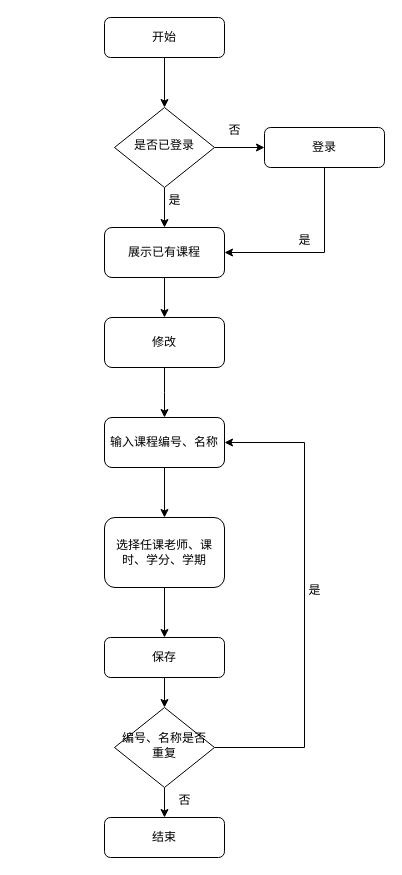
Earlier version of the draw.io diagram 添加课程功能.drawio (creazy412/none). Source tidied: cells renumbered, new cells numbered last; positions are measured from the earlier drawing's top-left corner, leaving out a move shared by most shapes. Both pictures are drawn from the tidied source at 100%, with x=0, y=0 at pixel (104, 17).
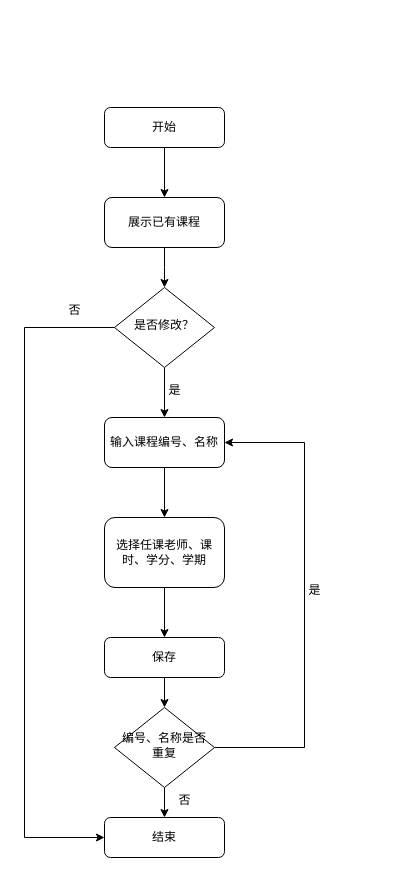
The same diagram, later.

Commit message:
更新添加课程功能.drawio

What changed in the source:
```diff
@@
-    <mxCell id="2" style="edgeStyle=orthogonalEdgeStyle;rounded=0;jettySize=auto;html=1;" parent="1" edge="1" source="3" target="6">
-      <mxGeometry relative="1" as="geometry" />
-    </mxCell>
+    <mxCell id="28" style="edgeStyle=orthogonalEdgeStyle;rounded=0;jettySize=auto;html=1;" parent="1" edge="1" source="3" target="14">
+      <mxGeometry relative="1" as="geometry" />
+    </mxCell>
     <mxCell id="3" value="开始" style="rounded=1;whiteSpace=wrap;html=1;fontSize=12;glass=0;strokeWidth=1;shadow=0;" parent="1" vertex="1">
-      <mxGeometry width="120" height="40" as="geometry" />
+      <mxGeometry y="90" width="120" height="40" as="geometry" />
     </mxCell>
-    <mxCell id="4" style="edgeStyle=orthogonalEdgeStyle;rounded=0;jettySize=auto;html=1;" parent="1" edge="1" source="6" target="14">
-      <mxGeometry relative="1" as="geometry" />
-    </mxCell>
-    <mxCell id="5" style="edgeStyle=orthogonalEdgeStyle;rounded=0;jettySize=auto;html=1;" parent="1" edge="1" source="6" target="8">
-      <mxGeometry relative="1" as="geometry" />
-    </mxCell>
-    <mxCell id="6" value="是否已登录" style="rhombus;whiteSpace=wrap;html=1;shadow=0;fontFamily=Helvetica;fontSize=12;align=center;strokeWidth=1;spacing=6;spacingTop=-4;" parent="1" vertex="1">
-      <mxGeometry x="10" y="90" width="100" height="80" as="geometry" />
-    </mxCell>
-    <mxCell id="7" style="edgeStyle=orthogonalEdgeStyle;rounded=0;jettySize=auto;html=1;entryX=1;entryY=0.5;entryDx=0;entryDy=0;" parent="1" edge="1" source="8" target="14">
-      <mxGeometry relative="1" as="geometry">
-        <Array as="points">
-          <mxPoint x="220" y="235" />
-        </Array>
-      </mxGeometry>
-    </mxCell>
-    <mxCell id="8" value="登录" style="rounded=1;whiteSpace=wrap;html=1;fontSize=12;glass=0;strokeWidth=1;shadow=0;" parent="1" vertex="1">
-      <mxGeometry x="160" y="110" width="120" height="40" as="geometry" />
-    </mxCell>
-    <mxCell id="9" style="edgeStyle=orthogonalEdgeStyle;rounded=0;jettySize=auto;html=1;exitX=0.5;exitY=1;exitDx=0;exitDy=0;" parent="1" edge="1" source="15">
+    <mxCell id="9" style="edgeStyle=orthogonalEdgeStyle;rounded=0;orthogonalLoop=1;jettySize=auto;html=1;exitX=0.5;exitY=1;exitDx=0;exitDy=0;" parent="1" edge="1">
       <mxGeometry relative="1" as="geometry">
+        <mxPoint x="60" y="350" as="sourcePoint" />
         <mxPoint x="60" y="400" as="targetPoint" />
       </mxGeometry>
     </mxCell>
@@
-    <mxCell id="13" style="edgeStyle=orthogonalEdgeStyle;rounded=0;jettySize=auto;html=1;" parent="1" edge="1" source="14" target="15">
-      <mxGeometry relative="1" as="geometry" />
+    <mxCell id="13" style="edgeStyle=orthogonalEdgeStyle;rounded=0;jettySize=auto;html=1;" parent="1" edge="1" source="14">
+      <mxGeometry relative="1" as="geometry">
+        <mxPoint x="60" y="270" as="targetPoint" />
+      </mxGeometry>
     </mxCell>
     <mxCell id="14" value="展示已有课程" style="rounded=1;whiteSpace=wrap;html=1;fontSize=12;glass=0;strokeWidth=1;shadow=0;" parent="1" vertex="1">
-      <mxGeometry y="210" width="120" height="50" as="geometry" />
+      <mxGeometry y="180" width="120" height="50" as="geometry" />
     </mxCell>
-    <mxCell id="15" value="修改" style="rounded=1;whiteSpace=wrap;html=1;fontSize=12;glass=0;strokeWidth=1;shadow=0;" parent="1" vertex="1">
-      <mxGeometry y="300" width="120" height="50" as="geometry" />
-    </mxCell>
@@
-    <mxCell id="18" value="是" style="text;html=1;align=center;verticalAlign=middle;strokeColor=none;fillColor=none;" parent="1" vertex="1">
-      <mxGeometry x="50" y="168" width="40" height="30" as="geometry" />
-    </mxCell>
-    <mxCell id="19" value="否" style="text;html=1;align=center;verticalAlign=middle;strokeColor=none;fillColor=none;" parent="1" vertex="1">
-      <mxGeometry x="110" y="98" width="40" height="30" as="geometry" />
-    </mxCell>
-    <mxCell id="20" value="是" style="text;html=1;align=center;verticalAlign=middle;strokeColor=none;fillColor=none;" parent="1" vertex="1">
-      <mxGeometry x="180" y="208" width="40" height="30" as="geometry" />
-    </mxCell>
@@
+    <mxCell id="29" style="edgeStyle=orthogonalEdgeStyle;rounded=0;jettySize=auto;html=1;" parent="1" edge="1" source="30">
+      <mxGeometry relative="1" as="geometry">
+        <mxPoint y="820" as="targetPoint" />
+        <Array as="points">
+          <mxPoint x="-80" y="310" />
+          <mxPoint x="-80" y="820" />
+        </Array>
+      </mxGeometry>
+    </mxCell>
+    <mxCell id="30" value="是否修改？" style="rhombus;whiteSpace=wrap;html=1;shadow=0;fontFamily=Helvetica;fontSize=12;align=center;strokeWidth=1;spacing=6;spacingTop=-4;" parent="1" vertex="1">
+      <mxGeometry x="10" y="270" width="100" height="80" as="geometry" />
+    </mxCell>
+    <mxCell id="31" value="是" style="text;html=1;align=center;verticalAlign=middle;strokeColor=none;fillColor=none;" parent="1" vertex="1">
+      <mxGeometry x="50" y="358" width="40" height="30" as="geometry" />
+    </mxCell>
+    <mxCell id="19" value="否" style="text;html=1;align=center;verticalAlign=middle;strokeColor=none;fillColor=none;" parent="1" vertex="1">
+      <mxGeometry x="-50" y="278" width="40" height="30" as="geometry" />
+    </mxCell>
```
